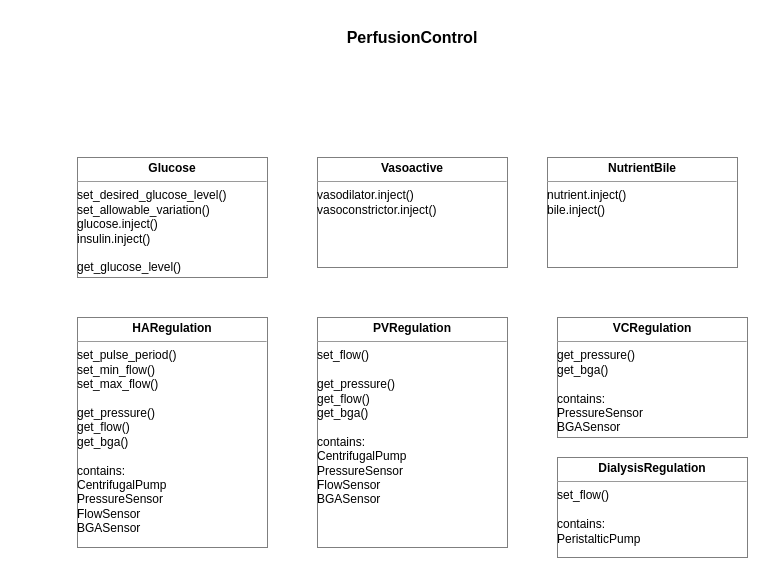
Earlier version of the draw.io diagram page "PerfusionControl" (5 of 6) of Documentation/LiverPerfusion_ConceptLayout.drawio (CCR-SOP/OpenSourcePerfusionSystem). Source tidied: cells renumbered, new cells numbered last; positions are measured from the earlier drawing's top-left corner, leaving out a move shared by most shapes. Both pictures are drawn from the tidied source at 100%, with x=0, y=0 at pixel (77, 17).
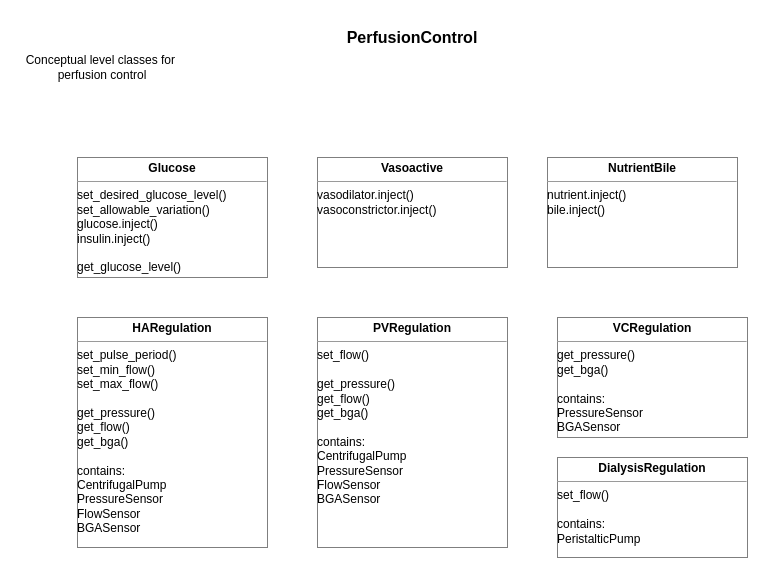
The same page after the edit.

What changed in the source:
```diff
@@
 <mxGraphModel>
   <root>
     <mxCell id="0" />
     <mxCell id="1" parent="0" />
     <mxCell id="2" value="&lt;p style=&quot;margin: 0px ; margin-top: 4px ; text-align: center&quot;&gt;&lt;b&gt;Glucose&lt;/b&gt;&lt;/p&gt;&lt;hr size=&quot;1&quot;&gt;&lt;div style=&quot;height: 2px&quot;&gt;set_desired_glucose_level()&lt;br&gt;set_allowable_variation()&lt;br&gt;glucose.inject()&lt;br&gt;insulin.inject()&lt;br&gt;&lt;br&gt;get_glucose_level()&lt;/div&gt;" style="verticalAlign=top;align=left;overflow=fill;fontSize=12;fontFamily=Helvetica;html=1;labelBackgroundColor=none;fillColor=#FFFFFF;gradientColor=none;opacity=50;" parent="1" vertex="1">
       <mxGeometry y="140" width="190" height="120" as="geometry" />
     </mxCell>
     <mxCell id="3" value="&lt;p style=&quot;margin: 0px ; margin-top: 4px ; text-align: center&quot;&gt;&lt;b&gt;Vasoactive&lt;/b&gt;&lt;/p&gt;&lt;hr size=&quot;1&quot;&gt;&lt;div style=&quot;height: 2px&quot;&gt;vasodilator.inject()&lt;br&gt;vasoconstrictor.inject()&lt;/div&gt;" style="verticalAlign=top;align=left;overflow=fill;fontSize=12;fontFamily=Helvetica;html=1;labelBackgroundColor=none;fillColor=#FFFFFF;gradientColor=none;opacity=50;" parent="1" vertex="1">
       <mxGeometry x="240" y="140" width="190" height="110" as="geometry" />
     </mxCell>
     <mxCell id="4" value="&lt;p style=&quot;margin: 0px ; margin-top: 4px ; text-align: center&quot;&gt;&lt;b&gt;NutrientBile&lt;/b&gt;&lt;/p&gt;&lt;hr size=&quot;1&quot;&gt;&lt;div style=&quot;height: 2px&quot;&gt;nutrient.inject()&lt;br&gt;bile.inject()&lt;/div&gt;" style="verticalAlign=top;align=left;overflow=fill;fontSize=12;fontFamily=Helvetica;html=1;labelBackgroundColor=none;fillColor=#FFFFFF;gradientColor=none;opacity=50;" parent="1" vertex="1">
       <mxGeometry x="470" y="140" width="190" height="110" as="geometry" />
     </mxCell>
     <mxCell id="5" value="&lt;p style=&quot;margin: 0px ; margin-top: 4px ; text-align: center&quot;&gt;&lt;b&gt;HARegulation&lt;/b&gt;&lt;/p&gt;&lt;hr size=&quot;1&quot;&gt;&lt;div style=&quot;height: 2px&quot;&gt;set_pulse_period()&lt;br&gt;set_min_flow()&lt;br&gt;set_max_flow()&lt;br&gt;&lt;br&gt;get_pressure()&lt;br&gt;get_flow()&lt;br&gt;get_bga()&lt;br&gt;&lt;br&gt;contains:&lt;br&gt;CentrifugalPump&lt;br&gt;PressureSensor&lt;br&gt;FlowSensor&lt;br&gt;BGASensor&lt;/div&gt;&lt;div style=&quot;height: 2px&quot;&gt;&lt;br&gt;&lt;/div&gt;&lt;div style=&quot;height: 2px&quot;&gt;&lt;br&gt;&lt;/div&gt;&lt;div style=&quot;height: 2px&quot;&gt;&lt;br&gt;&lt;br&gt;&lt;/div&gt;&lt;div style=&quot;height: 2px&quot;&gt;&lt;br&gt;&lt;/div&gt;" style="verticalAlign=top;align=left;overflow=fill;fontSize=12;fontFamily=Helvetica;html=1;labelBackgroundColor=none;fillColor=#FFFFFF;gradientColor=none;opacity=50;" parent="1" vertex="1">
       <mxGeometry y="300" width="190" height="230" as="geometry" />
     </mxCell>
     <mxCell id="6" value="&lt;p style=&quot;margin: 0px ; margin-top: 4px ; text-align: center&quot;&gt;&lt;b&gt;PVRegulation&lt;/b&gt;&lt;/p&gt;&lt;hr size=&quot;1&quot;&gt;&lt;div style=&quot;height: 2px&quot;&gt;set_flow()&lt;br&gt;&lt;br&gt;get_pressure()&lt;br&gt;get_flow()&lt;br&gt;get_bga()&lt;br&gt;&lt;br&gt;&lt;div style=&quot;height: 2px&quot;&gt;contains:&lt;br&gt;CentrifugalPump&lt;br&gt;PressureSensor&lt;br&gt;FlowSensor&lt;br&gt;BGASensor&lt;/div&gt;&lt;div style=&quot;height: 2px&quot;&gt;&lt;br&gt;&lt;/div&gt;&lt;div style=&quot;height: 2px&quot;&gt;&lt;br&gt;&lt;/div&gt;&lt;div style=&quot;height: 2px&quot;&gt;&lt;br&gt;&lt;br&gt;&lt;/div&gt;&lt;div style=&quot;height: 2px&quot;&gt;&lt;br&gt;&lt;/div&gt;&lt;/div&gt;&lt;div style=&quot;height: 2px&quot;&gt;&lt;br&gt;&lt;/div&gt;" style="verticalAlign=top;align=left;overflow=fill;fontSize=12;fontFamily=Helvetica;html=1;labelBackgroundColor=none;fillColor=#FFFFFF;gradientColor=none;opacity=50;" parent="1" vertex="1">
       <mxGeometry x="240" y="300" width="190" height="230" as="geometry" />
     </mxCell>
     <mxCell id="7" value="&lt;p style=&quot;margin: 0px ; margin-top: 4px ; text-align: center&quot;&gt;&lt;b&gt;VCRegulation&lt;/b&gt;&lt;/p&gt;&lt;hr size=&quot;1&quot;&gt;&lt;div style=&quot;height: 2px&quot;&gt;get_pressure()&lt;br&gt;get_bga()&lt;br&gt;&lt;br&gt;&lt;div style=&quot;height: 2px&quot;&gt;contains:&lt;br&gt;PressureSensor&lt;br&gt;BGASensor&lt;/div&gt;&lt;div style=&quot;height: 2px&quot;&gt;&lt;br&gt;&lt;/div&gt;&lt;div style=&quot;height: 2px&quot;&gt;&lt;br&gt;&lt;/div&gt;&lt;div style=&quot;height: 2px&quot;&gt;&lt;br&gt;&lt;br&gt;&lt;/div&gt;&lt;div style=&quot;height: 2px&quot;&gt;&lt;br&gt;&lt;/div&gt;&lt;/div&gt;&lt;div style=&quot;height: 2px&quot;&gt;&lt;br&gt;&lt;br&gt;&lt;/div&gt;&lt;div style=&quot;height: 2px&quot;&gt;&lt;br&gt;&lt;/div&gt;" style="verticalAlign=top;align=left;overflow=fill;fontSize=12;fontFamily=Helvetica;html=1;labelBackgroundColor=none;fillColor=#FFFFFF;gradientColor=none;opacity=50;" parent="1" vertex="1">
       <mxGeometry x="480" y="300" width="190" height="120" as="geometry" />
     </mxCell>
     <mxCell id="8" value="&lt;p style=&quot;margin: 0px ; margin-top: 4px ; text-align: center&quot;&gt;&lt;b&gt;DialysisRegulation&lt;/b&gt;&lt;/p&gt;&lt;hr size=&quot;1&quot;&gt;&lt;div style=&quot;height: 2px&quot;&gt;set_flow()&lt;br&gt;&lt;br&gt;contains:&lt;br&gt;PeristalticPump&lt;/div&gt;&lt;div style=&quot;height: 2px&quot;&gt;&lt;br&gt;&lt;/div&gt;&lt;div style=&quot;height: 2px&quot;&gt;&lt;br&gt;&lt;/div&gt;" style="verticalAlign=top;align=left;overflow=fill;fontSize=12;fontFamily=Helvetica;html=1;labelBackgroundColor=none;fillColor=#FFFFFF;gradientColor=none;opacity=50;" parent="1" vertex="1">
       <mxGeometry x="480" y="440" width="190" height="100" as="geometry" />
     </mxCell>
     <mxCell id="9" value="&lt;font style=&quot;font-size: 16px&quot;&gt;&lt;b&gt;PerfusionControl&lt;/b&gt;&lt;/font&gt;" style="text;html=1;strokeColor=none;fillColor=none;align=center;verticalAlign=middle;whiteSpace=wrap;rounded=0;labelBackgroundColor=none;fontSize=12;fontColor=#000000;opacity=50;" parent="1" vertex="1">
       <mxGeometry x="235" width="200" height="40" as="geometry" />
     </mxCell>
+    <mxCell id="10" value="Conceptual level classes for&amp;nbsp; perfusion control" style="text;html=1;strokeColor=none;fillColor=none;align=center;verticalAlign=middle;whiteSpace=wrap;rounded=0;" parent="1" vertex="1">
+      <mxGeometry x="-60" y="40" width="170" height="20" as="geometry" />
+    </mxCell>
   </root>
 </mxGraphModel>
```
